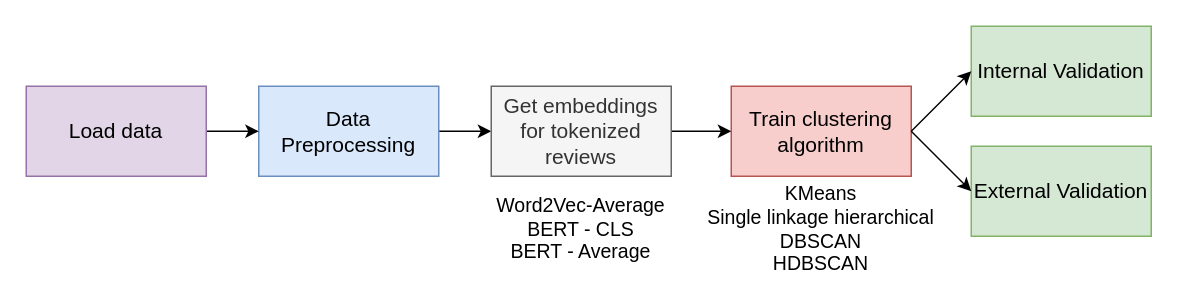
simpleParadox/cmput_697_project keeps this draw.io diagram as plots/experimental_framework.drawio. Above is the earlier version. Source tidied: cells renumbered, new cells numbered last; positions are measured from the earlier drawing's top-left corner, leaving out a move shared by most shapes. Both pictures are drawn from the tidied source at 150%, with x=0, y=0 at pixel (26, 26).
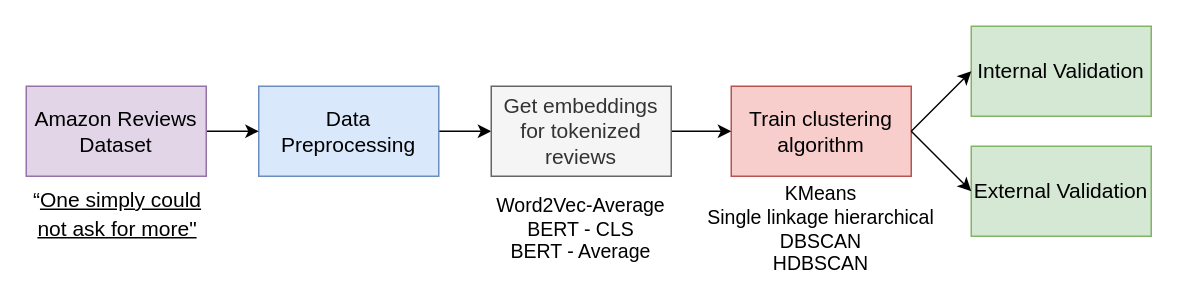
The same diagram, later.

Commit message (it also covers changes not shown here):
Edited experimental_framework

Change to the diagram source:
```diff
@@
 <mxGraphModel>
   <root>
     <mxCell id="0" />
     <mxCell id="1" parent="0" />
     <mxCell id="2" style="edgeStyle=orthogonalEdgeStyle;rounded=0;jettySize=auto;html=1;" parent="1" edge="1" source="3" target="6">
       <mxGeometry relative="1" as="geometry" />
     </mxCell>
     <mxCell id="3" value="&lt;span style=&quot;font-size: 14px;&quot;&gt;Data &lt;br&gt;Preprocessing&lt;/span&gt;" style="rounded=0;whiteSpace=wrap;html=1;fillColor=#dae8fc;strokeColor=#6c8ebf;" parent="1" vertex="1">
       <mxGeometry x="155" y="40" width="120" height="60" as="geometry" />
     </mxCell>
     <mxCell id="4" value="&lt;font style=&quot;font-size: 14px;&quot;&gt;Train clustering algorithm&lt;/font&gt;" style="rounded=0;whiteSpace=wrap;html=1;fillColor=#f8cecc;strokeColor=#b85450;" parent="1" vertex="1">
       <mxGeometry x="470" y="40" width="120" height="60" as="geometry" />
     </mxCell>
     <mxCell id="5" style="edgeStyle=orthogonalEdgeStyle;rounded=0;jettySize=auto;html=1;" parent="1" edge="1" source="6" target="4">
       <mxGeometry relative="1" as="geometry" />
     </mxCell>
     <mxCell id="6" value="&lt;font style=&quot;font-size: 14px;&quot;&gt;Get embeddings for tokenized reviews&lt;/font&gt;" style="rounded=0;whiteSpace=wrap;html=1;fillColor=#f5f5f5;strokeColor=#666666;fontColor=#333333;" parent="1" vertex="1">
       <mxGeometry x="310" y="40" width="120" height="60" as="geometry" />
     </mxCell>
     <mxCell id="7" style="edgeStyle=orthogonalEdgeStyle;rounded=0;jettySize=auto;html=1;" parent="1" edge="1" source="8" target="3">
       <mxGeometry relative="1" as="geometry" />
     </mxCell>
-    <mxCell id="8" value="&lt;span style=&quot;font-weight: normal;&quot;&gt;&lt;font style=&quot;font-size: 14px;&quot;&gt;Load data&lt;/font&gt;&lt;/span&gt;" style="rounded=0;whiteSpace=wrap;html=1;fillColor=#e1d5e7;strokeColor=#9673a6;fontStyle=1;" parent="1" vertex="1">
+    <mxCell id="8" value="&lt;span style=&quot;font-size: 14px; font-weight: 400;&quot;&gt;Amazon Reviews Dataset&lt;/span&gt;" style="rounded=0;whiteSpace=wrap;html=1;fillColor=#e1d5e7;strokeColor=#9673a6;fontStyle=1;" parent="1" vertex="1">
       <mxGeometry y="40" width="120" height="60" as="geometry" />
     </mxCell>
     <mxCell id="9" value="&lt;font style=&quot;font-size: 14px;&quot;&gt;Internal Validation&lt;/font&gt;" style="rounded=0;whiteSpace=wrap;html=1;fillColor=#d5e8d4;strokeColor=#82b366;" parent="1" vertex="1">
       <mxGeometry x="630" width="120" height="60" as="geometry" />
     </mxCell>
     <mxCell id="10" style="endArrow=classic;html=1;rounded=0;entryX=0;entryY=0.5;entryDx=0;entryDy=0;" parent="1" edge="1" target="9">
       <mxGeometry relative="1" as="geometry">
         <mxPoint x="590" y="70" as="sourcePoint" />
       </mxGeometry>
     </mxCell>
     <mxCell id="11" value="&lt;font style=&quot;font-size: 14px;&quot;&gt;External Validation&lt;/font&gt;" style="rounded=0;whiteSpace=wrap;html=1;fillColor=#d5e8d4;strokeColor=#82b366;" parent="1" vertex="1">
       <mxGeometry x="630" y="80" width="120" height="60" as="geometry" />
     </mxCell>
     <mxCell id="12" style="endArrow=classic;html=1;rounded=0;entryX=0;entryY=0.5;entryDx=0;entryDy=0;" parent="1" edge="1" target="11">
       <mxGeometry relative="1" as="geometry">
         <mxPoint x="590" y="70" as="sourcePoint" />
       </mxGeometry>
     </mxCell>
     <mxCell id="13" value="&lt;font style=&quot;font-size: 13px;&quot;&gt;Word2Vec-Average&lt;br&gt;BERT - CLS&lt;br&gt;BERT - Average&lt;/font&gt;" style="text;html=1;strokeColor=none;fillColor=none;align=center;verticalAlign=middle;whiteSpace=wrap;rounded=0;" parent="1" vertex="1">
       <mxGeometry x="310" y="120" width="120" height="30" as="geometry" />
     </mxCell>
     <mxCell id="14" value="&lt;font style=&quot;font-size: 13px;&quot;&gt;KMeans&lt;br&gt;Single linkage hierarchical&lt;br&gt;DBSCAN&lt;br&gt;HDBSCAN&lt;/font&gt;" style="text;html=1;strokeColor=none;fillColor=none;align=center;verticalAlign=middle;whiteSpace=wrap;rounded=0;" parent="1" vertex="1">
       <mxGeometry x="450" y="120" width="160" height="30" as="geometry" />
     </mxCell>
+    <mxCell id="15" value="&lt;b id=&quot;docs-internal-guid-b87b1edc-7fff-ef68-711e-f0bb2a8f4216&quot; style=&quot;font-weight: normal; font-size: 14px;&quot;&gt;&lt;p style=&quot;line-height: 1.38; text-align: center; margin-top: 0pt; margin-bottom: 12pt;&quot; dir=&quot;ltr&quot;&gt;&lt;font style=&quot;font-size: 14px;&quot;&gt;&lt;span style=&quot;font-family: Arial; color: rgb(0, 0, 0); background-color: transparent; font-weight: 400; font-style: normal; font-variant: normal; text-decoration: none; vertical-align: baseline;&quot;&gt;“&lt;/span&gt;&lt;span style=&quot;font-family: Arial; color: rgb(0, 0, 0); background-color: transparent; font-weight: 400; font-style: normal; font-variant: normal; vertical-align: baseline;&quot;&gt;&lt;u&gt;One simply could not ask for more&quot;&lt;/u&gt;&lt;/span&gt;&lt;/font&gt;&lt;/p&gt;&lt;/b&gt;" style="text;whiteSpace=wrap;html=1;" parent="1" vertex="1">
+      <mxGeometry y="100" width="120" height="50" as="geometry" />
+    </mxCell>
   </root>
 </mxGraphModel>
```
